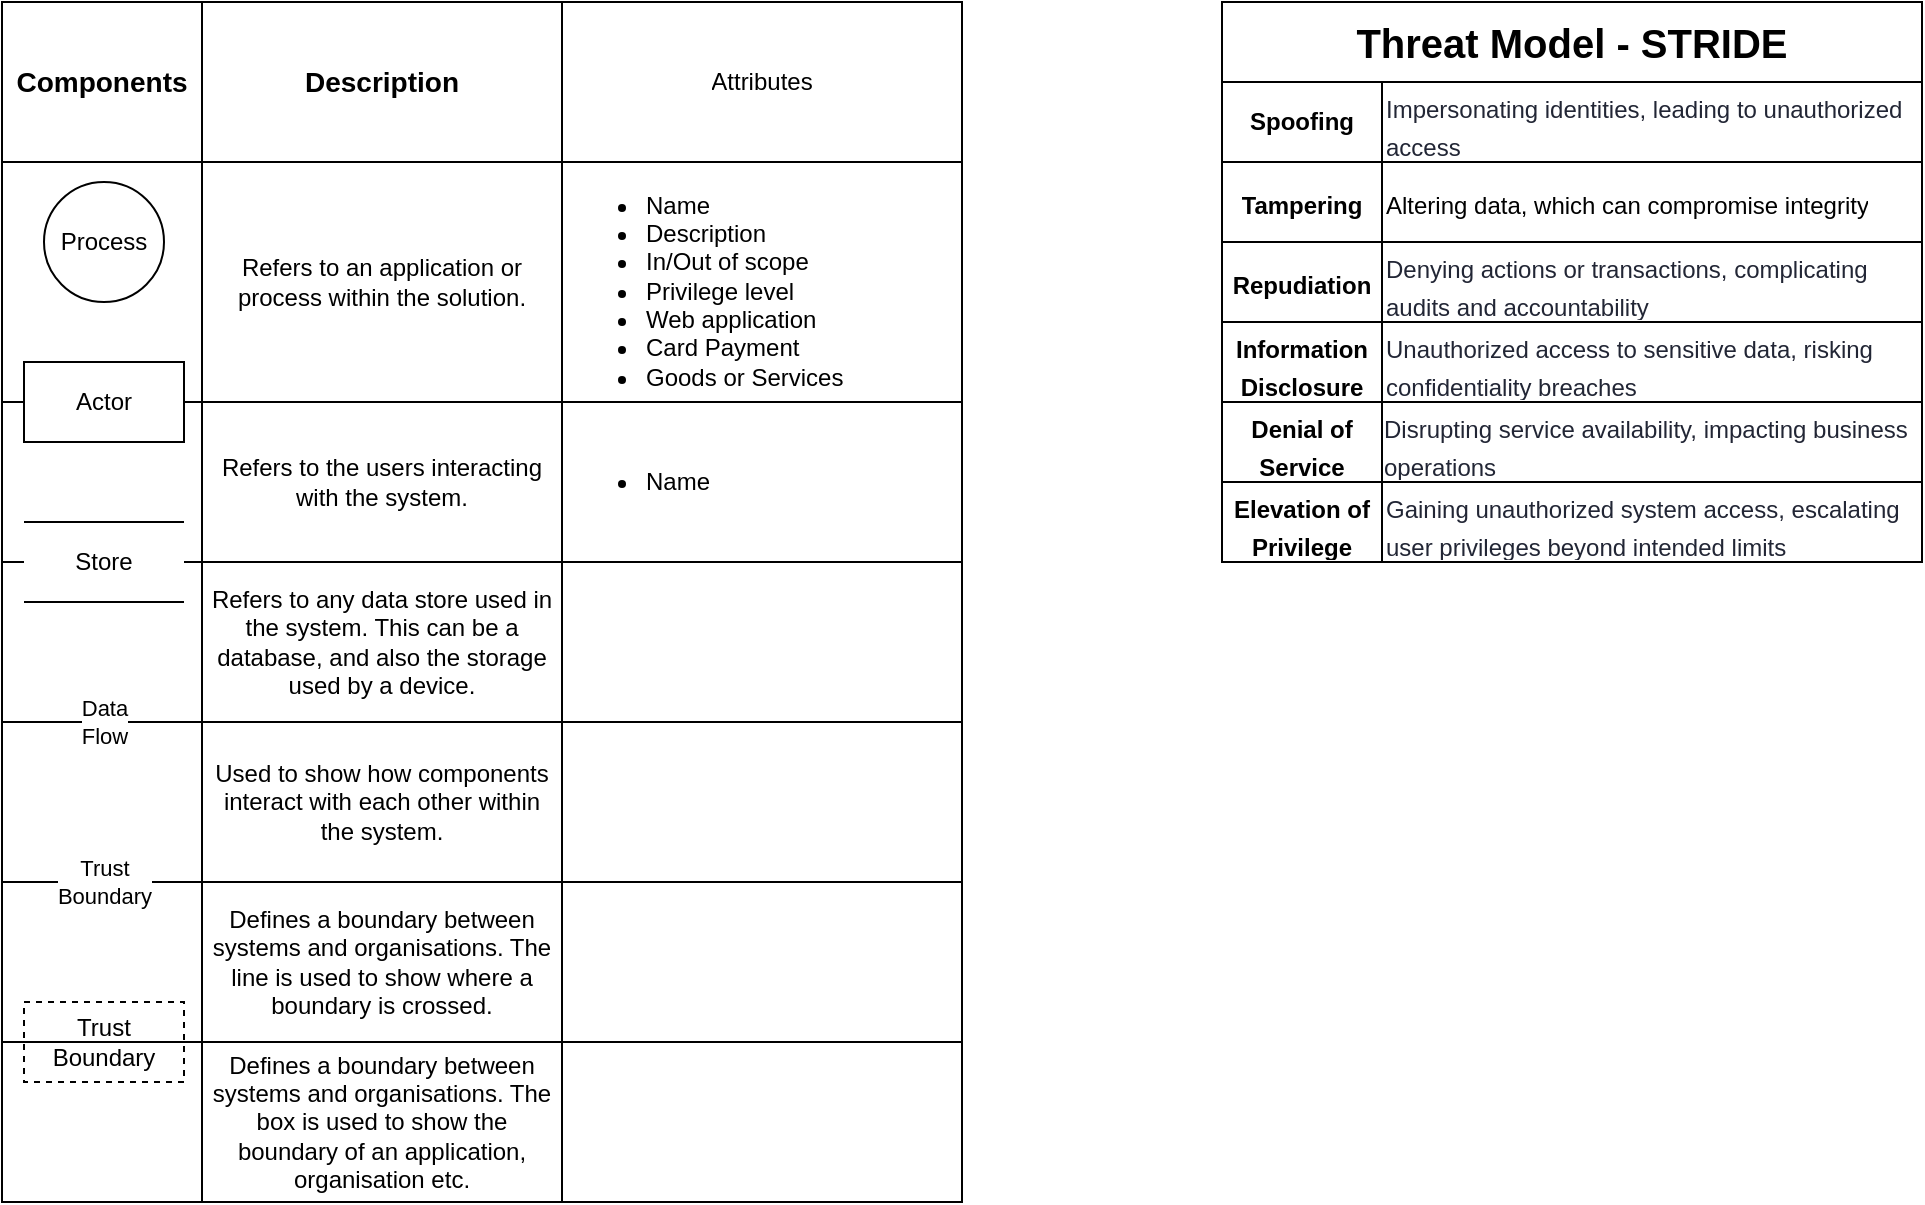
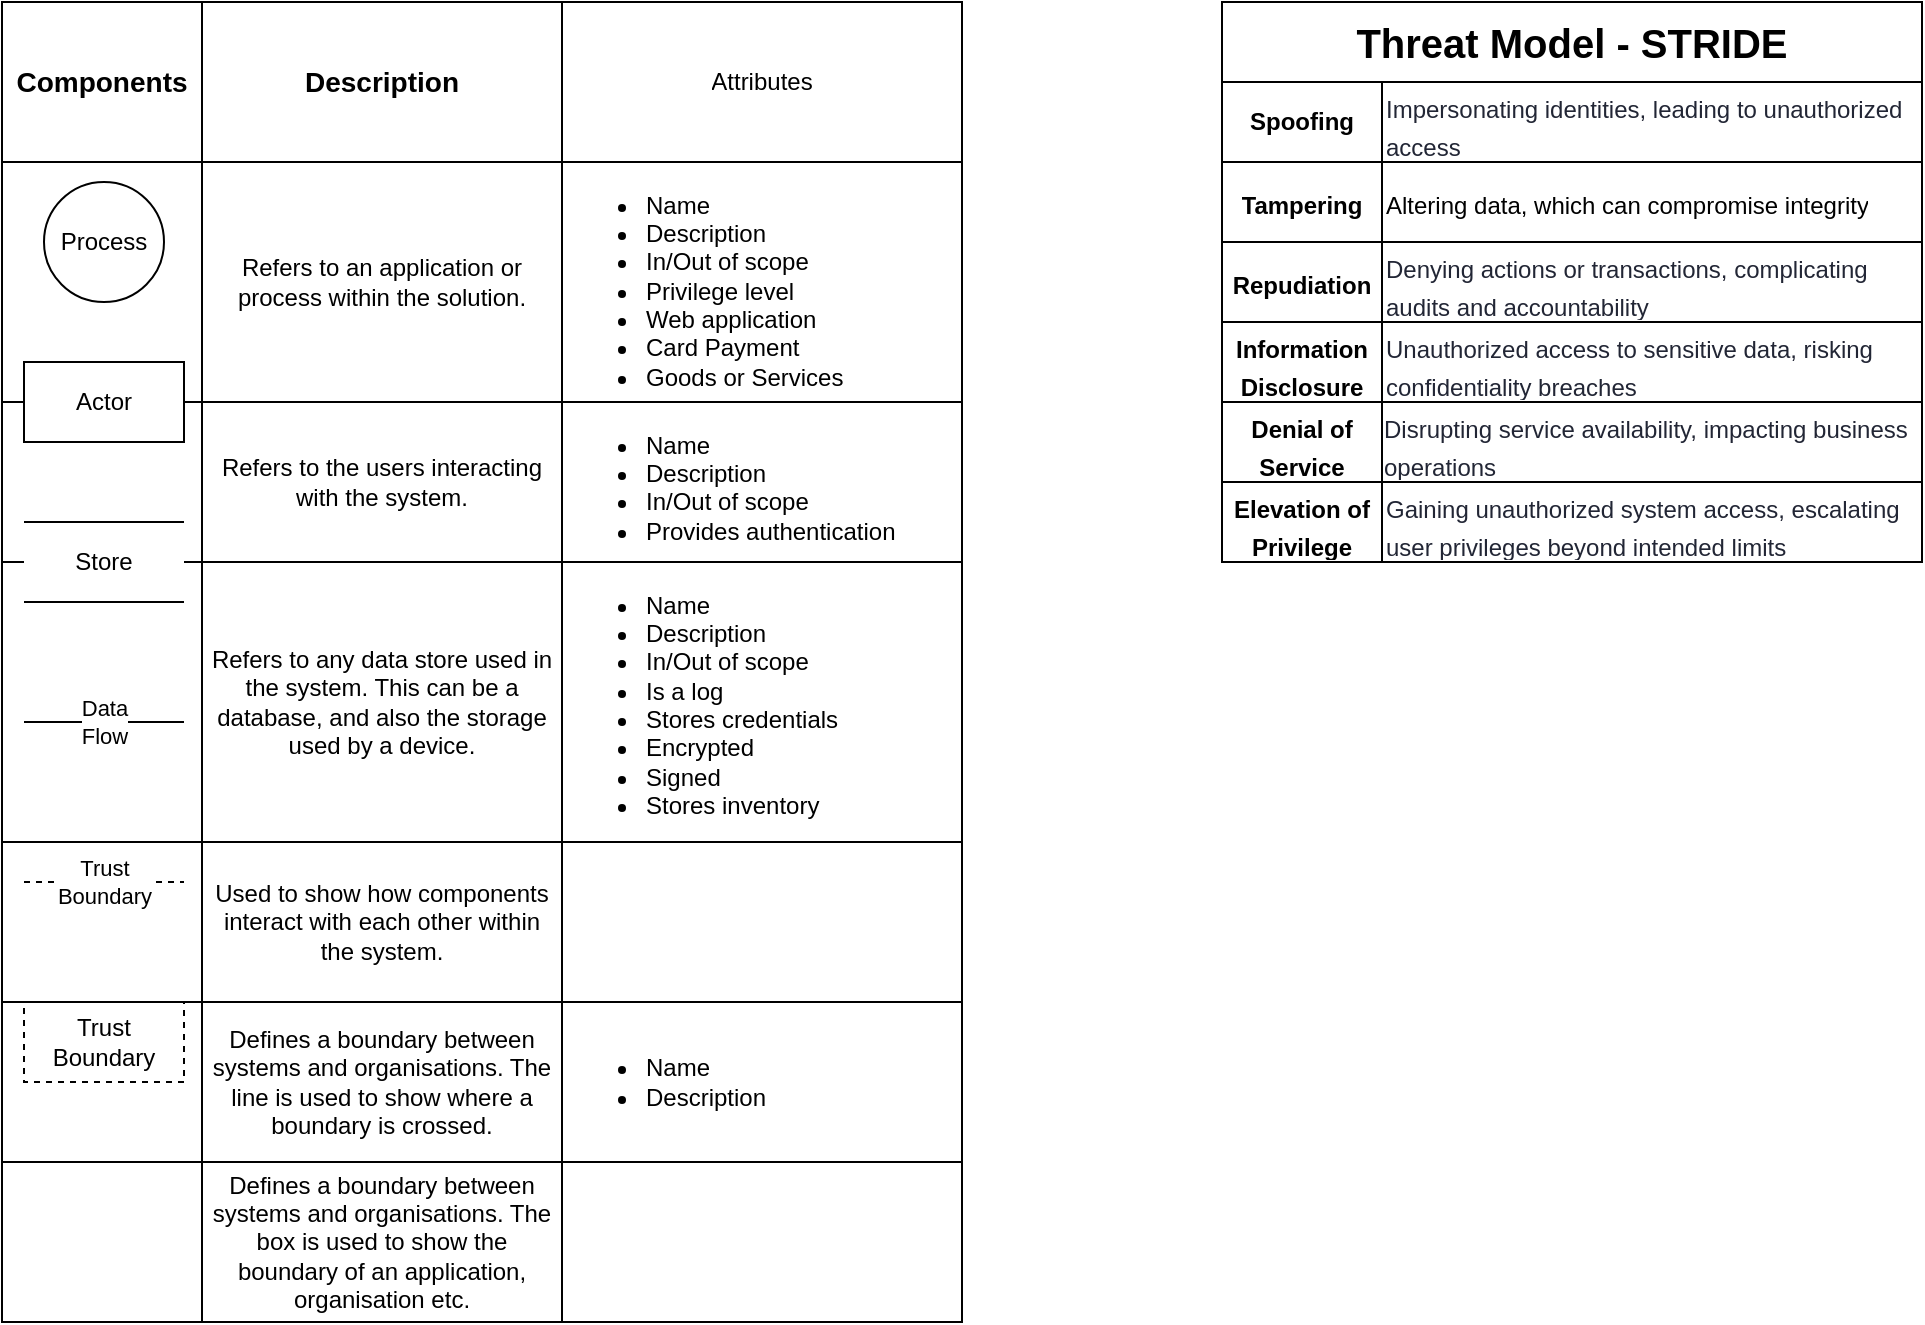
<mxfile host="app.diagrams.net">
  <diagram name="Page-1" id="LUfYaMOZ5GPox6UbmhKn">
    <mxGraphModel dx="1003" dy="679" grid="1" gridSize="10" guides="1" tooltips="1" connect="1" arrows="1" fold="1" page="1" pageScale="1" pageWidth="1169" pageHeight="827" math="0" shadow="0">
      <root>
        <mxCell id="0" />
        <mxCell id="1" parent="0" />
-         <mxCell id="i9MEZxg4KkeJskCu2APN-4" parent="1" style="shape=table;startSize=0;container=1;collapsible=0;childLayout=tableLayout;fixedHeader=1;align=left;" value="" vertex="1">
-           <mxGeometry height="600" width="480" x="40" y="40" as="geometry" />
+         <mxCell id="i9MEZxg4KkeJskCu2APN-4" parent="1" style="shape=table;startSize=0;container=1;collapsible=0;childLayout=tableLayout;fixedHeader=1;align=left;verticalAlign=top;" value="" vertex="1">
+           <mxGeometry height="660" width="480" x="40" y="40" as="geometry" />
        </mxCell>
        <mxCell id="EMhIjtj1n61WMu614l9y-35" parent="i9MEZxg4KkeJskCu2APN-4" style="shape=tableRow;horizontal=0;startSize=0;swimlaneHead=0;swimlaneBody=0;strokeColor=inherit;top=0;left=0;bottom=0;right=0;collapsible=0;dropTarget=0;fillColor=none;points=[[0,0.5],[1,0.5]];portConstraint=eastwest;fixedHeader=1;" vertex="1">
          <mxGeometry height="80" width="480" as="geometry" />
        </mxCell>
        <mxCell id="EMhIjtj1n61WMu614l9y-36" parent="EMhIjtj1n61WMu614l9y-35" style="shape=partialRectangle;html=1;whiteSpace=wrap;connectable=0;strokeColor=inherit;overflow=hidden;fillColor=none;top=0;left=0;bottom=0;right=0;pointerEvents=1;" value="&lt;b&gt;&lt;font style=&quot;font-size: 14px;&quot;&gt;Components&lt;/font&gt;&lt;/b&gt;" vertex="1">
          <mxGeometry height="80" width="100" as="geometry">
            <mxRectangle height="80" width="100" as="alternateBounds" />
          </mxGeometry>
        </mxCell>
        <mxCell id="EMhIjtj1n61WMu614l9y-37" parent="EMhIjtj1n61WMu614l9y-35" style="shape=partialRectangle;html=1;whiteSpace=wrap;connectable=0;strokeColor=inherit;overflow=hidden;fillColor=none;top=0;left=0;bottom=0;right=0;pointerEvents=1;" value="&lt;font style=&quot;font-size: 14px;&quot;&gt;&lt;b&gt;Description&lt;/b&gt;&lt;/font&gt;" vertex="1">
          <mxGeometry height="80" width="180" x="100" as="geometry">
            <mxRectangle height="80" width="180" as="alternateBounds" />
          </mxGeometry>
        </mxCell>
        <mxCell id="EMhIjtj1n61WMu614l9y-38" parent="EMhIjtj1n61WMu614l9y-35" style="shape=partialRectangle;html=1;whiteSpace=wrap;connectable=0;strokeColor=inherit;overflow=hidden;fillColor=none;top=0;left=0;bottom=0;right=0;pointerEvents=1;" value="Attributes" vertex="1">
          <mxGeometry height="80" width="200" x="280" as="geometry">
            <mxRectangle height="80" width="200" as="alternateBounds" />
          </mxGeometry>
        </mxCell>
        <mxCell id="EMhIjtj1n61WMu614l9y-27" parent="i9MEZxg4KkeJskCu2APN-4" style="shape=tableRow;horizontal=0;startSize=0;swimlaneHead=0;swimlaneBody=0;strokeColor=inherit;top=0;left=0;bottom=0;right=0;collapsible=0;dropTarget=0;fillColor=none;points=[[0,0.5],[1,0.5]];portConstraint=eastwest;fixedHeader=1;" value="" vertex="1">
          <mxGeometry height="120" width="480" y="80" as="geometry" />
        </mxCell>
        <mxCell id="EMhIjtj1n61WMu614l9y-28" parent="EMhIjtj1n61WMu614l9y-27" style="shape=partialRectangle;html=1;whiteSpace=wrap;connectable=0;strokeColor=inherit;overflow=hidden;fillColor=none;top=0;left=0;bottom=0;right=0;pointerEvents=1;" value="" vertex="1">
          <mxGeometry height="120" width="100" as="geometry">
            <mxRectangle height="120" width="100" as="alternateBounds" />
          </mxGeometry>
        </mxCell>
        <mxCell id="EMhIjtj1n61WMu614l9y-29" parent="EMhIjtj1n61WMu614l9y-27" style="shape=partialRectangle;html=1;whiteSpace=wrap;connectable=0;strokeColor=inherit;overflow=hidden;fillColor=none;top=0;left=0;bottom=0;right=0;pointerEvents=1;" value="Refers to an application or process within the solution." vertex="1">
          <mxGeometry height="120" width="180" x="100" as="geometry">
            <mxRectangle height="120" width="180" as="alternateBounds" />
          </mxGeometry>
        </mxCell>
-         <mxCell id="EMhIjtj1n61WMu614l9y-30" parent="EMhIjtj1n61WMu614l9y-27" style="shape=partialRectangle;html=1;whiteSpace=wrap;connectable=0;strokeColor=inherit;overflow=hidden;fillColor=none;top=0;left=0;bottom=0;right=0;pointerEvents=1;align=left;" value="&lt;ul&gt;&lt;li&gt;&lt;font style=&quot;font-size: 12px;&quot;&gt;Name&lt;br&gt;&lt;/font&gt;&lt;/li&gt;&lt;li&gt;&lt;font style=&quot;font-size: 12px;&quot;&gt;Description&lt;br&gt;&lt;/font&gt;&lt;/li&gt;&lt;li&gt;&lt;font style=&quot;font-size: 12px;&quot;&gt;In/Out of scope&lt;br&gt;&lt;/font&gt;&lt;/li&gt;&lt;li&gt;&lt;font style=&quot;font-size: 12px;&quot;&gt;Privilege level&lt;br&gt;&lt;/font&gt;&lt;/li&gt;&lt;li&gt;&lt;font style=&quot;font-size: 12px;&quot;&gt;Web application&lt;br&gt;&lt;/font&gt;&lt;/li&gt;&lt;li&gt;&lt;font style=&quot;font-size: 12px;&quot;&gt;Card Payment&lt;br&gt;&lt;/font&gt;&lt;/li&gt;&lt;li&gt;&lt;font style=&quot;font-size: 12px;&quot;&gt;Goods or Services&lt;/font&gt;&lt;br&gt;&lt;/li&gt;&lt;/ul&gt;" vertex="1">
+         <mxCell id="EMhIjtj1n61WMu614l9y-30" parent="EMhIjtj1n61WMu614l9y-27" style="shape=partialRectangle;html=1;whiteSpace=wrap;connectable=0;strokeColor=inherit;overflow=hidden;fillColor=none;top=0;left=0;bottom=0;right=0;pointerEvents=1;align=left;verticalAlign=middle;" value="&lt;ul&gt;&lt;li&gt;&lt;font style=&quot;font-size: 12px;&quot;&gt;Name&lt;br&gt;&lt;/font&gt;&lt;/li&gt;&lt;li&gt;&lt;font style=&quot;font-size: 12px;&quot;&gt;Description&lt;br&gt;&lt;/font&gt;&lt;/li&gt;&lt;li&gt;&lt;font style=&quot;font-size: 12px;&quot;&gt;In/Out of scope&lt;br&gt;&lt;/font&gt;&lt;/li&gt;&lt;li&gt;&lt;font style=&quot;font-size: 12px;&quot;&gt;Privilege level&lt;br&gt;&lt;/font&gt;&lt;/li&gt;&lt;li&gt;&lt;font style=&quot;font-size: 12px;&quot;&gt;Web application&lt;br&gt;&lt;/font&gt;&lt;/li&gt;&lt;li&gt;&lt;font style=&quot;font-size: 12px;&quot;&gt;Card Payment&lt;br&gt;&lt;/font&gt;&lt;/li&gt;&lt;li&gt;&lt;font style=&quot;font-size: 12px;&quot;&gt;Goods or Services&lt;/font&gt;&lt;br&gt;&lt;/li&gt;&lt;/ul&gt;" vertex="1">
          <mxGeometry height="120" width="200" x="280" as="geometry">
            <mxRectangle height="120" width="200" as="alternateBounds" />
          </mxGeometry>
        </mxCell>
        <mxCell id="i9MEZxg4KkeJskCu2APN-5" parent="i9MEZxg4KkeJskCu2APN-4" style="shape=tableRow;horizontal=0;startSize=0;swimlaneHead=0;swimlaneBody=0;strokeColor=inherit;top=0;left=0;bottom=0;right=0;collapsible=0;dropTarget=0;fillColor=none;points=[[0,0.5],[1,0.5]];portConstraint=eastwest;fixedHeader=1;" value="" vertex="1">
          <mxGeometry height="80" width="480" y="200" as="geometry" />
        </mxCell>
        <mxCell id="i9MEZxg4KkeJskCu2APN-6" parent="i9MEZxg4KkeJskCu2APN-5" style="shape=partialRectangle;html=1;whiteSpace=wrap;connectable=0;strokeColor=inherit;overflow=hidden;fillColor=none;top=0;left=0;bottom=0;right=0;pointerEvents=1;" value="" vertex="1">
          <mxGeometry height="80" width="100" as="geometry">
            <mxRectangle height="80" width="100" as="alternateBounds" />
          </mxGeometry>
        </mxCell>
        <mxCell id="i9MEZxg4KkeJskCu2APN-7" parent="i9MEZxg4KkeJskCu2APN-5" style="shape=partialRectangle;html=1;whiteSpace=wrap;connectable=0;strokeColor=inherit;overflow=hidden;fillColor=none;top=0;left=0;bottom=0;right=0;pointerEvents=1;" value="Refers to the users interacting with the system." vertex="1">
          <mxGeometry height="80" width="180" x="100" as="geometry">
            <mxRectangle height="80" width="180" as="alternateBounds" />
          </mxGeometry>
        </mxCell>
-         <mxCell id="EMhIjtj1n61WMu614l9y-5" parent="i9MEZxg4KkeJskCu2APN-5" style="shape=partialRectangle;html=1;whiteSpace=wrap;connectable=0;strokeColor=inherit;overflow=hidden;fillColor=none;top=0;left=0;bottom=0;right=0;pointerEvents=1;align=left;" value="&lt;ul&gt;&lt;li&gt;Name&lt;br&gt;&lt;/li&gt;&lt;/ul&gt;" vertex="1">
+         <mxCell id="EMhIjtj1n61WMu614l9y-5" parent="i9MEZxg4KkeJskCu2APN-5" style="shape=partialRectangle;html=1;whiteSpace=wrap;connectable=0;strokeColor=inherit;overflow=hidden;fillColor=none;top=0;left=0;bottom=0;right=0;pointerEvents=1;align=left;" value="&lt;ul&gt;&lt;li&gt;Name&lt;br&gt;&lt;/li&gt;&lt;li&gt;Description&lt;/li&gt;&lt;li&gt;In/Out of scope&lt;/li&gt;&lt;li&gt;Provides authentication&lt;/li&gt;&lt;/ul&gt;" vertex="1">
          <mxGeometry height="80" width="200" x="280" as="geometry">
            <mxRectangle height="80" width="200" as="alternateBounds" />
          </mxGeometry>
        </mxCell>
        <mxCell id="i9MEZxg4KkeJskCu2APN-8" parent="i9MEZxg4KkeJskCu2APN-4" style="shape=tableRow;horizontal=0;startSize=0;swimlaneHead=0;swimlaneBody=0;strokeColor=inherit;top=0;left=0;bottom=0;right=0;collapsible=0;dropTarget=0;fillColor=none;points=[[0,0.5],[1,0.5]];portConstraint=eastwest;fixedHeader=1;" value="" vertex="1">
-           <mxGeometry height="80" width="480" y="280" as="geometry" />
+           <mxGeometry height="140" width="480" y="280" as="geometry" />
        </mxCell>
        <mxCell id="i9MEZxg4KkeJskCu2APN-9" parent="i9MEZxg4KkeJskCu2APN-8" style="shape=partialRectangle;html=1;whiteSpace=wrap;connectable=0;strokeColor=inherit;overflow=hidden;fillColor=none;top=0;left=0;bottom=0;right=0;pointerEvents=1;" value="" vertex="1">
-           <mxGeometry height="80" width="100" as="geometry">
-             <mxRectangle height="80" width="100" as="alternateBounds" />
+           <mxGeometry height="140" width="100" as="geometry">
+             <mxRectangle height="140" width="100" as="alternateBounds" />
          </mxGeometry>
        </mxCell>
        <mxCell id="i9MEZxg4KkeJskCu2APN-10" parent="i9MEZxg4KkeJskCu2APN-8" style="shape=partialRectangle;html=1;whiteSpace=wrap;connectable=0;strokeColor=inherit;overflow=hidden;fillColor=none;top=0;left=0;bottom=0;right=0;pointerEvents=1;" value="Refers to any data store used in the system. This can be a database, and also the storage used by a device." vertex="1">
-           <mxGeometry height="80" width="180" x="100" as="geometry">
-             <mxRectangle height="80" width="180" as="alternateBounds" />
-           </mxGeometry>
-         </mxCell>
-         <mxCell id="EMhIjtj1n61WMu614l9y-6" parent="i9MEZxg4KkeJskCu2APN-8" style="shape=partialRectangle;html=1;whiteSpace=wrap;connectable=0;strokeColor=inherit;overflow=hidden;fillColor=none;top=0;left=0;bottom=0;right=0;pointerEvents=1;" vertex="1">
-           <mxGeometry height="80" width="200" x="280" as="geometry">
-             <mxRectangle height="80" width="200" as="alternateBounds" />
+           <mxGeometry height="140" width="180" x="100" as="geometry">
+             <mxRectangle height="140" width="180" as="alternateBounds" />
+           </mxGeometry>
+         </mxCell>
+         <mxCell id="EMhIjtj1n61WMu614l9y-6" parent="i9MEZxg4KkeJskCu2APN-8" style="shape=partialRectangle;html=1;whiteSpace=wrap;connectable=0;strokeColor=inherit;overflow=hidden;fillColor=none;top=0;left=0;bottom=0;right=0;pointerEvents=1;align=left;" value="&lt;ul&gt;&lt;li&gt;Name&lt;/li&gt;&lt;li&gt;Description&lt;/li&gt;&lt;li&gt;In/Out of scope&lt;/li&gt;&lt;li&gt;Is a log&lt;/li&gt;&lt;li&gt;Stores credentials&lt;/li&gt;&lt;li&gt;Encrypted&lt;/li&gt;&lt;li&gt;Signed&lt;/li&gt;&lt;li&gt;Stores inventory&lt;/li&gt;&lt;/ul&gt;" vertex="1">
+           <mxGeometry height="140" width="200" x="280" as="geometry">
+             <mxRectangle height="140" width="200" as="alternateBounds" />
          </mxGeometry>
        </mxCell>
        <mxCell id="i9MEZxg4KkeJskCu2APN-11" parent="i9MEZxg4KkeJskCu2APN-4" style="shape=tableRow;horizontal=0;startSize=0;swimlaneHead=0;swimlaneBody=0;strokeColor=inherit;top=0;left=0;bottom=0;right=0;collapsible=0;dropTarget=0;fillColor=none;points=[[0,0.5],[1,0.5]];portConstraint=eastwest;fixedHeader=1;" value="" vertex="1">
-           <mxGeometry height="80" width="480" y="360" as="geometry" />
+           <mxGeometry height="80" width="480" y="420" as="geometry" />
        </mxCell>
        <mxCell id="i9MEZxg4KkeJskCu2APN-12" parent="i9MEZxg4KkeJskCu2APN-11" style="shape=partialRectangle;html=1;whiteSpace=wrap;connectable=0;strokeColor=inherit;overflow=hidden;fillColor=none;top=0;left=0;bottom=0;right=0;pointerEvents=1;" value="" vertex="1">
          <mxGeometry height="80" width="100" as="geometry">
            <mxRectangle height="80" width="100" as="alternateBounds" />
          </mxGeometry>
        </mxCell>
        <mxCell id="i9MEZxg4KkeJskCu2APN-13" parent="i9MEZxg4KkeJskCu2APN-11" style="shape=partialRectangle;html=1;whiteSpace=wrap;connectable=0;strokeColor=inherit;overflow=hidden;fillColor=none;top=0;left=0;bottom=0;right=0;pointerEvents=1;" value="Used to show how components interact with each other within the system." vertex="1">
          <mxGeometry height="80" width="180" x="100" as="geometry">
            <mxRectangle height="80" width="180" as="alternateBounds" />
          </mxGeometry>
        </mxCell>
        <mxCell id="EMhIjtj1n61WMu614l9y-7" parent="i9MEZxg4KkeJskCu2APN-11" style="shape=partialRectangle;html=1;whiteSpace=wrap;connectable=0;strokeColor=inherit;overflow=hidden;fillColor=none;top=0;left=0;bottom=0;right=0;pointerEvents=1;" vertex="1">
          <mxGeometry height="80" width="200" x="280" as="geometry">
            <mxRectangle height="80" width="200" as="alternateBounds" />
          </mxGeometry>
        </mxCell>
        <mxCell id="i9MEZxg4KkeJskCu2APN-14" parent="i9MEZxg4KkeJskCu2APN-4" style="shape=tableRow;horizontal=0;startSize=0;swimlaneHead=0;swimlaneBody=0;strokeColor=inherit;top=0;left=0;bottom=0;right=0;collapsible=0;dropTarget=0;fillColor=none;points=[[0,0.5],[1,0.5]];portConstraint=eastwest;fixedHeader=1;" value="" vertex="1">
-           <mxGeometry height="80" width="480" y="440" as="geometry" />
+           <mxGeometry height="80" width="480" y="500" as="geometry" />
        </mxCell>
        <mxCell id="i9MEZxg4KkeJskCu2APN-15" parent="i9MEZxg4KkeJskCu2APN-14" style="shape=partialRectangle;html=1;whiteSpace=wrap;connectable=0;strokeColor=inherit;overflow=hidden;fillColor=none;top=0;left=0;bottom=0;right=0;pointerEvents=1;" value="" vertex="1">
          <mxGeometry height="80" width="100" as="geometry">
            <mxRectangle height="80" width="100" as="alternateBounds" />
          </mxGeometry>
        </mxCell>
        <mxCell id="i9MEZxg4KkeJskCu2APN-16" parent="i9MEZxg4KkeJskCu2APN-14" style="shape=partialRectangle;html=1;whiteSpace=wrap;connectable=0;strokeColor=inherit;overflow=hidden;fillColor=none;top=0;left=0;bottom=0;right=0;pointerEvents=1;" value="Defines a boundary between systems and organisations. The line is used to show where a boundary is crossed." vertex="1">
          <mxGeometry height="80" width="180" x="100" as="geometry">
            <mxRectangle height="80" width="180" as="alternateBounds" />
          </mxGeometry>
        </mxCell>
-         <mxCell id="EMhIjtj1n61WMu614l9y-8" parent="i9MEZxg4KkeJskCu2APN-14" style="shape=partialRectangle;html=1;whiteSpace=wrap;connectable=0;strokeColor=inherit;overflow=hidden;fillColor=none;top=0;left=0;bottom=0;right=0;pointerEvents=1;" vertex="1">
+         <mxCell id="EMhIjtj1n61WMu614l9y-8" parent="i9MEZxg4KkeJskCu2APN-14" style="shape=partialRectangle;html=1;whiteSpace=wrap;connectable=0;strokeColor=inherit;overflow=hidden;fillColor=none;top=0;left=0;bottom=0;right=0;pointerEvents=1;align=left;" value="&lt;ul&gt;&lt;li&gt;Name&lt;br&gt;&lt;/li&gt;&lt;li&gt;Description&lt;br&gt;&lt;/li&gt;&lt;/ul&gt;" vertex="1">
          <mxGeometry height="80" width="200" x="280" as="geometry">
            <mxRectangle height="80" width="200" as="alternateBounds" />
          </mxGeometry>
        </mxCell>
        <mxCell id="i9MEZxg4KkeJskCu2APN-17" parent="i9MEZxg4KkeJskCu2APN-4" style="shape=tableRow;horizontal=0;startSize=0;swimlaneHead=0;swimlaneBody=0;strokeColor=inherit;top=0;left=0;bottom=0;right=0;collapsible=0;dropTarget=0;fillColor=none;points=[[0,0.5],[1,0.5]];portConstraint=eastwest;fixedHeader=1;" value="" vertex="1">
-           <mxGeometry height="80" width="480" y="520" as="geometry" />
+           <mxGeometry height="80" width="480" y="580" as="geometry" />
        </mxCell>
        <mxCell id="i9MEZxg4KkeJskCu2APN-18" parent="i9MEZxg4KkeJskCu2APN-17" style="shape=partialRectangle;html=1;whiteSpace=wrap;connectable=0;strokeColor=inherit;overflow=hidden;fillColor=none;top=0;left=0;bottom=0;right=0;pointerEvents=1;" value="" vertex="1">
          <mxGeometry height="80" width="100" as="geometry">
            <mxRectangle height="80" width="100" as="alternateBounds" />
          </mxGeometry>
        </mxCell>
        <mxCell id="i9MEZxg4KkeJskCu2APN-19" parent="i9MEZxg4KkeJskCu2APN-17" style="shape=partialRectangle;html=1;whiteSpace=wrap;connectable=0;strokeColor=inherit;overflow=hidden;fillColor=none;top=0;left=0;bottom=0;right=0;pointerEvents=1;" value="Defines a boundary between systems and organisations. The box is used to show the boundary of an application, organisation etc." vertex="1">
          <mxGeometry height="80" width="180" x="100" as="geometry">
            <mxRectangle height="80" width="180" as="alternateBounds" />
          </mxGeometry>
        </mxCell>
        <mxCell id="EMhIjtj1n61WMu614l9y-9" parent="i9MEZxg4KkeJskCu2APN-17" style="shape=partialRectangle;html=1;whiteSpace=wrap;connectable=0;strokeColor=inherit;overflow=hidden;fillColor=none;top=0;left=0;bottom=0;right=0;pointerEvents=1;" vertex="1">
          <mxGeometry height="80" width="200" x="280" as="geometry">
            <mxRectangle height="80" width="200" as="alternateBounds" />
          </mxGeometry>
        </mxCell>
        <mxCell id="M_fBX4zBRpyhF5hZAxOK-1" parent="1" style="ellipse;whiteSpace=wrap;html=1;direction=west;" value="Process" vertex="1">
          <mxGeometry height="60" width="60" x="61" y="130" as="geometry" />
        </mxCell>
        <mxCell id="M_fBX4zBRpyhF5hZAxOK-2" parent="1" style="rounded=0;whiteSpace=wrap;html=1;" value="Actor" vertex="1">
          <mxGeometry height="40" width="80" x="51" y="220" as="geometry" />
        </mxCell>
        <mxCell id="M_fBX4zBRpyhF5hZAxOK-11" parent="1" style="shape=table;startSize=0;container=1;collapsible=0;childLayout=tableLayout;fontSize=12;" value="" vertex="1">
          <mxGeometry height="280" width="350" x="650" y="40" as="geometry" />
        </mxCell>
        <mxCell id="i9MEZxg4KkeJskCu2APN-1" parent="M_fBX4zBRpyhF5hZAxOK-11" style="shape=tableRow;horizontal=0;startSize=0;swimlaneHead=0;swimlaneBody=0;strokeColor=inherit;top=0;left=0;bottom=0;right=0;collapsible=0;dropTarget=0;fillColor=none;points=[[0,0.5],[1,0.5]];portConstraint=eastwest;fontSize=16;" vertex="1">
          <mxGeometry height="40" width="350" as="geometry" />
        </mxCell>
        <mxCell id="i9MEZxg4KkeJskCu2APN-2" parent="i9MEZxg4KkeJskCu2APN-1" style="shape=partialRectangle;html=1;whiteSpace=wrap;connectable=0;strokeColor=inherit;overflow=hidden;fillColor=none;top=0;left=0;bottom=0;right=0;pointerEvents=1;fontSize=12;rowspan=1;colspan=2;" value="&lt;b&gt;&lt;font style=&quot;font-size: 20px;&quot;&gt;Threat Model - STRIDE&lt;/font&gt;&lt;/b&gt;" vertex="1">
          <mxGeometry height="40" width="350" as="geometry">
            <mxRectangle height="40" width="80" as="alternateBounds" />
          </mxGeometry>
        </mxCell>
        <mxCell id="i9MEZxg4KkeJskCu2APN-3" parent="i9MEZxg4KkeJskCu2APN-1" style="shape=partialRectangle;html=1;whiteSpace=wrap;connectable=0;strokeColor=inherit;overflow=hidden;fillColor=none;top=0;left=0;bottom=0;right=0;pointerEvents=1;fontSize=16;align=left;" vertex="1" visible="0">
          <mxGeometry height="40" width="270" x="80" as="geometry">
            <mxRectangle height="40" width="270" as="alternateBounds" />
          </mxGeometry>
        </mxCell>
        <mxCell id="M_fBX4zBRpyhF5hZAxOK-12" parent="M_fBX4zBRpyhF5hZAxOK-11" style="shape=tableRow;horizontal=0;startSize=0;swimlaneHead=0;swimlaneBody=0;strokeColor=inherit;top=0;left=0;bottom=0;right=0;collapsible=0;dropTarget=0;fillColor=none;points=[[0,0.5],[1,0.5]];portConstraint=eastwest;fontSize=16;" value="" vertex="1">
          <mxGeometry height="40" width="350" y="40" as="geometry" />
        </mxCell>
        <mxCell id="M_fBX4zBRpyhF5hZAxOK-13" parent="M_fBX4zBRpyhF5hZAxOK-12" style="shape=partialRectangle;html=1;whiteSpace=wrap;connectable=0;strokeColor=inherit;overflow=hidden;fillColor=none;top=0;left=0;bottom=0;right=0;pointerEvents=1;fontSize=12;" value="&lt;font&gt;&lt;b&gt;Spoofing&lt;/b&gt;&lt;/font&gt;" vertex="1">
          <mxGeometry height="40" width="80" as="geometry">
            <mxRectangle height="40" width="80" as="alternateBounds" />
          </mxGeometry>
        </mxCell>
        <mxCell id="M_fBX4zBRpyhF5hZAxOK-14" parent="M_fBX4zBRpyhF5hZAxOK-12" style="shape=partialRectangle;html=1;whiteSpace=wrap;connectable=0;strokeColor=inherit;overflow=hidden;fillColor=none;top=0;left=0;bottom=0;right=0;pointerEvents=1;fontSize=16;align=left;" value="&lt;span style=&quot;caret-color: rgb(34, 38, 53); color: rgb(34, 38, 53);&quot;&gt;&lt;font style=&quot;font-size: 12px;&quot;&gt;Impersonating identities, leading to unauthorized access&lt;/font&gt;&lt;/span&gt;" vertex="1">
          <mxGeometry height="40" width="270" x="80" as="geometry">
            <mxRectangle height="40" width="270" as="alternateBounds" />
          </mxGeometry>
        </mxCell>
        <mxCell id="M_fBX4zBRpyhF5hZAxOK-16" parent="M_fBX4zBRpyhF5hZAxOK-11" style="shape=tableRow;horizontal=0;startSize=0;swimlaneHead=0;swimlaneBody=0;strokeColor=inherit;top=0;left=0;bottom=0;right=0;collapsible=0;dropTarget=0;fillColor=none;points=[[0,0.5],[1,0.5]];portConstraint=eastwest;fontSize=16;" value="" vertex="1">
          <mxGeometry height="40" width="350" y="80" as="geometry" />
        </mxCell>
        <mxCell id="M_fBX4zBRpyhF5hZAxOK-17" parent="M_fBX4zBRpyhF5hZAxOK-16" style="shape=partialRectangle;html=1;whiteSpace=wrap;connectable=0;strokeColor=inherit;overflow=hidden;fillColor=none;top=0;left=0;bottom=0;right=0;pointerEvents=1;fontSize=16;" value="&lt;font style=&quot;font-size: 12px;&quot;&gt;&lt;b&gt;Tampering&lt;/b&gt;&lt;/font&gt;" vertex="1">
          <mxGeometry height="40" width="80" as="geometry">
            <mxRectangle height="40" width="80" as="alternateBounds" />
          </mxGeometry>
        </mxCell>
        <mxCell id="M_fBX4zBRpyhF5hZAxOK-18" parent="M_fBX4zBRpyhF5hZAxOK-16" style="shape=partialRectangle;html=1;whiteSpace=wrap;connectable=0;strokeColor=inherit;overflow=hidden;fillColor=none;top=0;left=0;bottom=0;right=0;pointerEvents=1;fontSize=16;align=left;" value="&lt;font style=&quot;font-size: 12px;&quot;&gt;Altering data, which can compromise integrity&lt;/font&gt;" vertex="1">
          <mxGeometry height="40" width="270" x="80" as="geometry">
            <mxRectangle height="40" width="270" as="alternateBounds" />
          </mxGeometry>
        </mxCell>
        <mxCell id="M_fBX4zBRpyhF5hZAxOK-20" parent="M_fBX4zBRpyhF5hZAxOK-11" style="shape=tableRow;horizontal=0;startSize=0;swimlaneHead=0;swimlaneBody=0;strokeColor=inherit;top=0;left=0;bottom=0;right=0;collapsible=0;dropTarget=0;fillColor=none;points=[[0,0.5],[1,0.5]];portConstraint=eastwest;fontSize=16;" value="" vertex="1">
          <mxGeometry height="40" width="350" y="120" as="geometry" />
        </mxCell>
        <mxCell id="M_fBX4zBRpyhF5hZAxOK-21" parent="M_fBX4zBRpyhF5hZAxOK-20" style="shape=partialRectangle;html=1;whiteSpace=wrap;connectable=0;strokeColor=inherit;overflow=hidden;fillColor=none;top=0;left=0;bottom=0;right=0;pointerEvents=1;fontSize=16;" value="&lt;font style=&quot;font-size: 12px;&quot;&gt;&lt;b&gt;Repudiation&lt;/b&gt;&lt;/font&gt;" vertex="1">
          <mxGeometry height="40" width="80" as="geometry">
            <mxRectangle height="40" width="80" as="alternateBounds" />
          </mxGeometry>
        </mxCell>
        <mxCell id="M_fBX4zBRpyhF5hZAxOK-22" parent="M_fBX4zBRpyhF5hZAxOK-20" style="shape=partialRectangle;html=1;whiteSpace=wrap;connectable=0;strokeColor=inherit;overflow=hidden;fillColor=none;top=0;left=0;bottom=0;right=0;pointerEvents=1;fontSize=16;align=left;" value="&lt;span style=&quot;caret-color: rgb(34, 38, 53); color: rgb(34, 38, 53);&quot;&gt;&lt;font style=&quot;font-size: 12px;&quot;&gt;Denying actions or transactions, complicating audits and accountability&lt;/font&gt;&lt;/span&gt;" vertex="1">
          <mxGeometry height="40" width="270" x="80" as="geometry">
            <mxRectangle height="40" width="270" as="alternateBounds" />
          </mxGeometry>
        </mxCell>
        <mxCell id="M_fBX4zBRpyhF5hZAxOK-25" parent="M_fBX4zBRpyhF5hZAxOK-11" style="shape=tableRow;horizontal=0;startSize=0;swimlaneHead=0;swimlaneBody=0;strokeColor=inherit;top=0;left=0;bottom=0;right=0;collapsible=0;dropTarget=0;fillColor=none;points=[[0,0.5],[1,0.5]];portConstraint=eastwest;fontSize=16;" value="" vertex="1">
          <mxGeometry height="40" width="350" y="160" as="geometry" />
        </mxCell>
        <mxCell id="M_fBX4zBRpyhF5hZAxOK-26" parent="M_fBX4zBRpyhF5hZAxOK-25" style="shape=partialRectangle;html=1;whiteSpace=wrap;connectable=0;strokeColor=inherit;overflow=hidden;fillColor=none;top=0;left=0;bottom=0;right=0;pointerEvents=1;fontSize=16;" value="&lt;font style=&quot;font-size: 12px;&quot;&gt;&lt;b&gt;Information Disclosure&lt;/b&gt;&lt;/font&gt;" vertex="1">
          <mxGeometry height="40" width="80" as="geometry">
            <mxRectangle height="40" width="80" as="alternateBounds" />
          </mxGeometry>
        </mxCell>
        <mxCell id="M_fBX4zBRpyhF5hZAxOK-27" parent="M_fBX4zBRpyhF5hZAxOK-25" style="shape=partialRectangle;html=1;whiteSpace=wrap;connectable=0;strokeColor=inherit;overflow=hidden;fillColor=none;top=0;left=0;bottom=0;right=0;pointerEvents=1;fontSize=16;align=left;" value="&lt;span style=&quot;caret-color: rgb(34, 38, 53); color: rgb(34, 38, 53);&quot;&gt;&lt;font style=&quot;font-size: 12px;&quot;&gt;Unauthorized access to sensitive data, risking confidentiality breaches&lt;/font&gt;&lt;/span&gt;" vertex="1">
          <mxGeometry height="40" width="270" x="80" as="geometry">
            <mxRectangle height="40" width="270" as="alternateBounds" />
          </mxGeometry>
        </mxCell>
        <mxCell id="M_fBX4zBRpyhF5hZAxOK-29" parent="M_fBX4zBRpyhF5hZAxOK-11" style="shape=tableRow;horizontal=0;startSize=0;swimlaneHead=0;swimlaneBody=0;strokeColor=inherit;top=0;left=0;bottom=0;right=0;collapsible=0;dropTarget=0;fillColor=none;points=[[0,0.5],[1,0.5]];portConstraint=eastwest;fontSize=16;" value="" vertex="1">
          <mxGeometry height="40" width="350" y="200" as="geometry" />
        </mxCell>
        <mxCell id="M_fBX4zBRpyhF5hZAxOK-30" parent="M_fBX4zBRpyhF5hZAxOK-29" style="shape=partialRectangle;html=1;whiteSpace=wrap;connectable=0;strokeColor=inherit;overflow=hidden;fillColor=none;top=0;left=0;bottom=0;right=0;pointerEvents=1;fontSize=16;" value="&lt;font style=&quot;font-size: 12px;&quot;&gt;&lt;b&gt;Denial of Service&lt;/b&gt;&lt;/font&gt;" vertex="1">
          <mxGeometry height="40" width="80" as="geometry">
            <mxRectangle height="40" width="80" as="alternateBounds" />
          </mxGeometry>
        </mxCell>
        <mxCell id="M_fBX4zBRpyhF5hZAxOK-31" parent="M_fBX4zBRpyhF5hZAxOK-29" style="shape=partialRectangle;html=1;whiteSpace=wrap;connectable=0;strokeColor=inherit;overflow=hidden;fillColor=none;top=0;left=0;bottom=0;right=0;pointerEvents=1;fontSize=16;" value="&lt;div style=&quot;text-align: left;&quot;&gt;&lt;span style=&quot;caret-color: rgb(34, 38, 53); color: rgb(34, 38, 53); font-size: 12px;&quot;&gt;Disrupting service availability, impacting business operations&lt;/span&gt;&lt;/div&gt;" vertex="1">
          <mxGeometry height="40" width="270" x="80" as="geometry">
            <mxRectangle height="40" width="270" as="alternateBounds" />
          </mxGeometry>
        </mxCell>
        <mxCell id="M_fBX4zBRpyhF5hZAxOK-33" parent="M_fBX4zBRpyhF5hZAxOK-11" style="shape=tableRow;horizontal=0;startSize=0;swimlaneHead=0;swimlaneBody=0;strokeColor=inherit;top=0;left=0;bottom=0;right=0;collapsible=0;dropTarget=0;fillColor=none;points=[[0,0.5],[1,0.5]];portConstraint=eastwest;fontSize=16;" value="" vertex="1">
          <mxGeometry height="40" width="350" y="240" as="geometry" />
        </mxCell>
        <mxCell id="M_fBX4zBRpyhF5hZAxOK-34" parent="M_fBX4zBRpyhF5hZAxOK-33" style="shape=partialRectangle;html=1;whiteSpace=wrap;connectable=0;strokeColor=inherit;overflow=hidden;fillColor=none;top=0;left=0;bottom=0;right=0;pointerEvents=1;fontSize=16;" value="&lt;font style=&quot;font-size: 12px;&quot;&gt;&lt;b&gt;Elevation of Privilege&lt;/b&gt;&lt;/font&gt;" vertex="1">
          <mxGeometry height="40" width="80" as="geometry">
            <mxRectangle height="40" width="80" as="alternateBounds" />
          </mxGeometry>
        </mxCell>
        <mxCell id="M_fBX4zBRpyhF5hZAxOK-35" parent="M_fBX4zBRpyhF5hZAxOK-33" style="shape=partialRectangle;html=1;whiteSpace=wrap;connectable=0;strokeColor=inherit;overflow=hidden;fillColor=none;top=0;left=0;bottom=0;right=0;pointerEvents=1;fontSize=16;align=left;" value="&lt;span style=&quot;caret-color: rgb(34, 38, 53); color: rgb(34, 38, 53);&quot;&gt;&lt;font style=&quot;font-size: 12px;&quot; face=&quot;Helvetica&quot;&gt;Gaining unauthorized system access, escalating user privileges beyond intended limits&lt;/font&gt;&lt;/span&gt;" vertex="1">
          <mxGeometry height="40" width="270" x="80" as="geometry">
            <mxRectangle height="40" width="270" as="alternateBounds" />
          </mxGeometry>
        </mxCell>
        <mxCell id="M_fBX4zBRpyhF5hZAxOK-7" edge="1" parent="1" style="endArrow=none;html=1;rounded=0;" value="Data&lt;div&gt;Flow&lt;/div&gt;">
          <mxGeometry height="50" relative="1" width="50" as="geometry">
            <mxPoint x="51" y="400" as="sourcePoint" />
            <mxPoint x="131" y="400" as="targetPoint" />
          </mxGeometry>
        </mxCell>
        <mxCell id="M_fBX4zBRpyhF5hZAxOK-8" edge="1" parent="1" style="endArrow=none;dashed=1;html=1;rounded=0;" value="Trust&lt;div&gt;Boundary&lt;/div&gt;">
          <mxGeometry height="50" relative="1" width="50" as="geometry">
            <mxPoint x="51" y="480" as="sourcePoint" />
            <mxPoint x="131" y="480" as="targetPoint" />
          </mxGeometry>
        </mxCell>
        <mxCell id="M_fBX4zBRpyhF5hZAxOK-10" parent="1" style="rounded=0;whiteSpace=wrap;html=1;fillColor=none;dashed=1;" value="Trust Boundary" vertex="1">
          <mxGeometry height="40" width="80" x="51" y="540" as="geometry" />
        </mxCell>
        <mxCell id="EMhIjtj1n61WMu614l9y-4" connectable="0" parent="1" style="group" value="" vertex="1">
          <mxGeometry height="40" width="80" x="51" y="300" as="geometry" />
        </mxCell>
        <mxCell id="M_fBX4zBRpyhF5hZAxOK-3" parent="EMhIjtj1n61WMu614l9y-4" style="rounded=0;whiteSpace=wrap;html=1;strokeColor=none;" value="Store" vertex="1">
          <mxGeometry height="40" width="80" as="geometry" />
        </mxCell>
        <mxCell id="M_fBX4zBRpyhF5hZAxOK-4" edge="1" parent="EMhIjtj1n61WMu614l9y-4" source="M_fBX4zBRpyhF5hZAxOK-3" style="endArrow=none;html=1;rounded=0;exitX=0;exitY=0;exitDx=0;exitDy=0;entryX=1;entryY=0;entryDx=0;entryDy=0;" target="M_fBX4zBRpyhF5hZAxOK-3" value="">
          <mxGeometry height="50" relative="1" width="50" as="geometry">
            <mxPoint x="200" y="106.66666666666663" as="sourcePoint" />
            <mxPoint x="53.33333333333333" as="targetPoint" />
          </mxGeometry>
        </mxCell>
        <mxCell id="M_fBX4zBRpyhF5hZAxOK-5" edge="1" parent="EMhIjtj1n61WMu614l9y-4" style="endArrow=none;html=1;rounded=0;exitX=0;exitY=0;exitDx=0;exitDy=0;entryX=1;entryY=0;entryDx=0;entryDy=0;" value="">
          <mxGeometry height="50" relative="1" width="50" as="geometry">
            <mxPoint y="40" as="sourcePoint" />
            <mxPoint x="80" y="40" as="targetPoint" />
          </mxGeometry>
        </mxCell>
      </root>
    </mxGraphModel>
  </diagram>
</mxfile>
